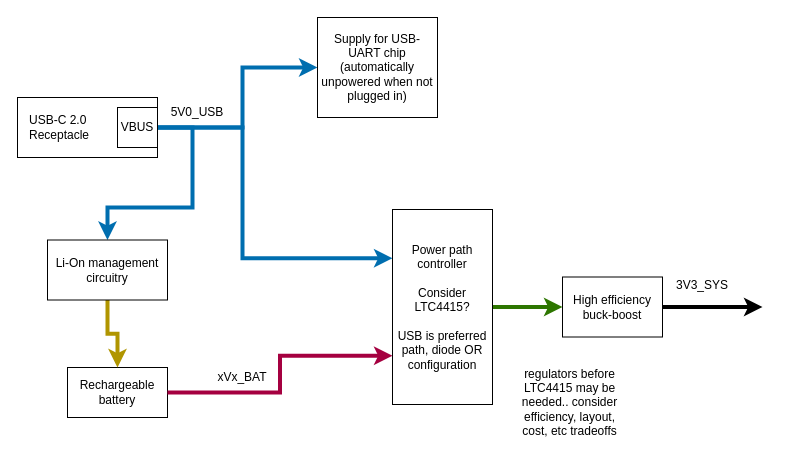
Before: page "Power path" (2 of 2) of hw_architecture/alarm_clk_blk.drawio in DawsonTheroux/alarm_clock, a draw.io diagram. Source tidied: cells renumbered, new cells numbered last; positions are measured from the earlier drawing's top-left corner, leaving out a move shared by most shapes. Both pictures are drawn from the tidied source at 100%, with x=0, y=0 at pixel (17, 17).
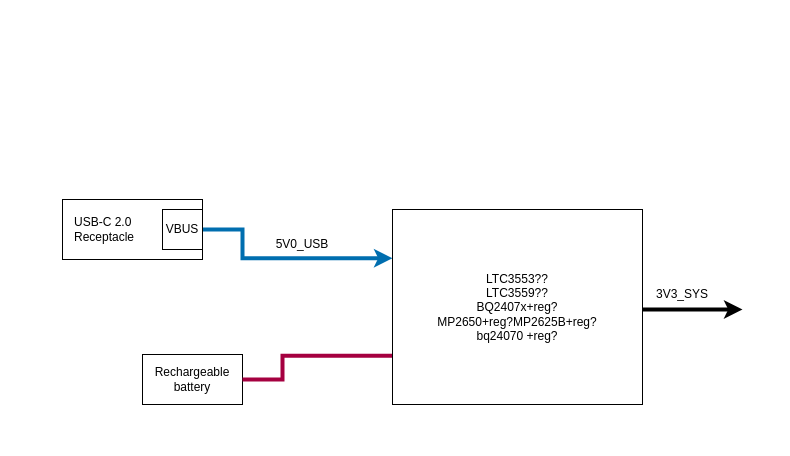
Above is the later version.

The edit, as a diff of the source:
```diff
@@
-    <mxCell id="2" value="&amp;nbsp; &amp;nbsp;USB-C 2.0 &lt;br&gt;&amp;nbsp; &amp;nbsp;Receptacle" style="rounded=0;whiteSpace=wrap;html=1;align=left;" parent="1" vertex="1">
-      <mxGeometry y="80" width="140" height="60" as="geometry" />
-    </mxCell>
-    <mxCell id="3" style="edgeStyle=orthogonalEdgeStyle;rounded=0;jettySize=auto;html=1;entryX=0;entryY=0.25;entryDx=0;entryDy=0;fillColor=#1ba1e2;strokeColor=#006EAF;strokeWidth=4;" parent="1" edge="1" source="6" target="13">
+    <mxCell id="3" style="edgeStyle=orthogonalEdgeStyle;rounded=0;jettySize=auto;html=1;entryX=0;entryY=0.25;entryDx=0;entryDy=0;fillColor=#1ba1e2;strokeColor=#006EAF;strokeWidth=4;exitX=1;exitY=0.5;exitDx=0;exitDy=0;" parent="1" edge="1" source="6" target="13">
       <mxGeometry relative="1" as="geometry">
         <Array as="points">
-          <mxPoint x="225" y="110" />
+          <mxPoint x="225" y="212" />
           <mxPoint x="225" y="241" />
         </Array>
       </mxGeometry>
     </mxCell>
-    <mxCell id="4" style="edgeStyle=orthogonalEdgeStyle;rounded=0;jettySize=auto;html=1;entryX=0;entryY=0.5;entryDx=0;entryDy=0;fillColor=#1ba1e2;strokeColor=#006EAF;strokeWidth=4;" parent="1" edge="1" source="6" target="7">
-      <mxGeometry relative="1" as="geometry">
-        <Array as="points">
-          <mxPoint x="225" y="110" />
-          <mxPoint x="225" y="50" />
-        </Array>
-      </mxGeometry>
-    </mxCell>
-    <mxCell id="5" style="edgeStyle=orthogonalEdgeStyle;rounded=0;jettySize=auto;html=1;fillColor=#1ba1e2;strokeColor=#006EAF;strokeWidth=4;entryX=0.5;entryY=0;entryDx=0;entryDy=0;" parent="1" edge="1" source="6" target="15">
-      <mxGeometry relative="1" as="geometry">
-        <Array as="points">
-          <mxPoint x="175" y="110" />
-          <mxPoint x="175" y="190" />
-          <mxPoint x="90" y="190" />
-        </Array>
-      </mxGeometry>
-    </mxCell>
-    <mxCell id="6" value="VBUS" style="whiteSpace=wrap;html=1;" parent="1" vertex="1">
-      <mxGeometry x="100" y="90" width="40" height="40" as="geometry" />
-    </mxCell>
-    <mxCell id="7" value="Supply for USB-UART chip (automatically unpowered when not plugged in)" style="rounded=0;whiteSpace=wrap;html=1;" parent="1" vertex="1">
-      <mxGeometry x="300" width="120" height="100" as="geometry" />
-    </mxCell>
     <mxCell id="8" value="Rechargeable battery" style="rounded=0;whiteSpace=wrap;html=1;align=center;" parent="1" vertex="1">
-      <mxGeometry x="50" y="350" width="100" height="50" as="geometry" />
+      <mxGeometry x="125" y="337" width="100" height="50" as="geometry" />
     </mxCell>
     <mxCell id="9" value="5V0_USB" style="text;html=1;align=center;verticalAlign=middle;whiteSpace=wrap;rounded=0;" parent="1" vertex="1">
-      <mxGeometry x="150" y="80" width="60" height="30" as="geometry" />
+      <mxGeometry x="255" y="212" width="60" height="30" as="geometry" />
     </mxCell>
-    <mxCell id="10" style="edgeStyle=orthogonalEdgeStyle;rounded=0;jettySize=auto;html=1;fillColor=#d80073;strokeColor=#A50040;strokeWidth=4;exitX=1;exitY=0.5;exitDx=0;exitDy=0;entryX=0;entryY=0.75;entryDx=0;entryDy=0;" parent="1" edge="1" source="8" target="13">
-      <mxGeometry relative="1" as="geometry" />
+    <mxCell id="10" style="edgeStyle=orthogonalEdgeStyle;rounded=0;jettySize=auto;html=1;fillColor=#d80073;strokeColor=#A50040;strokeWidth=4;exitX=1;exitY=0.5;exitDx=0;exitDy=0;entryX=0;entryY=0.75;entryDx=0;entryDy=0;endArrow=none;endFill=0;" parent="1" edge="1" source="8" target="13">
+      <mxGeometry relative="1" as="geometry">
+        <Array as="points">
+          <mxPoint x="265" y="362" />
+          <mxPoint x="265" y="338" />
+        </Array>
+      </mxGeometry>
     </mxCell>
-    <mxCell id="11" value="xVx_BAT" style="text;html=1;align=center;verticalAlign=middle;whiteSpace=wrap;rounded=0;" parent="1" vertex="1">
-      <mxGeometry x="195" y="345" width="60" height="30" as="geometry" />
-    </mxCell>
-    <mxCell id="12" style="edgeStyle=orthogonalEdgeStyle;rounded=0;jettySize=auto;html=1;strokeWidth=4;fillColor=#60a917;strokeColor=#2D7600;entryX=0;entryY=0.5;entryDx=0;entryDy=0;" parent="1" edge="1" source="13" target="18">
-      <mxGeometry relative="1" as="geometry" />
-    </mxCell>
-    <mxCell id="13" value="Power path controller&lt;br&gt;&lt;br&gt;Consider LTC4415?&lt;br&gt;&lt;br&gt;USB is preferred path, diode OR configuration" style="rounded=0;whiteSpace=wrap;html=1;" parent="1" vertex="1">
-      <mxGeometry x="375" y="192" width="100" height="195" as="geometry" />
+    <mxCell id="13" value="LTC3553??&lt;div&gt;LTC3559??&lt;/div&gt;&lt;div&gt;BQ2407x+reg?&lt;br&gt;&lt;/div&gt;&lt;div&gt;MP2650+reg?MP2625B+reg?&lt;br&gt;&lt;/div&gt;&lt;div&gt;bq24070 +reg?&lt;br&gt;&lt;/div&gt;" style="rounded=0;whiteSpace=wrap;html=1;" parent="1" vertex="1">
+      <mxGeometry x="375" y="192" width="250" height="195" as="geometry" />
     </mxCell>
-    <mxCell id="14" style="edgeStyle=orthogonalEdgeStyle;rounded=0;jettySize=auto;html=1;entryX=0.5;entryY=0;entryDx=0;entryDy=0;fillColor=#e3c800;strokeColor=#B09500;strokeWidth=4;" parent="1" edge="1" source="15" target="8">
-      <mxGeometry relative="1" as="geometry" />
-    </mxCell>
-    <mxCell id="15" value="Li-On management circuitry" style="rounded=0;whiteSpace=wrap;html=1;" parent="1" vertex="1">
-      <mxGeometry x="30" y="222.5" width="120" height="60" as="geometry" />
-    </mxCell>
     <mxCell id="16" value="3V3_SYS" style="text;html=1;align=center;verticalAlign=middle;whiteSpace=wrap;rounded=0;" parent="1" vertex="1">
-      <mxGeometry x="655" y="252.5" width="60" height="30" as="geometry" />
+      <mxGeometry x="635" y="262" width="60" height="30" as="geometry" />
     </mxCell>
-    <mxCell id="17" style="edgeStyle=orthogonalEdgeStyle;rounded=0;jettySize=auto;html=1;strokeWidth=4;" parent="1" edge="1" source="18">
+    <mxCell id="17" style="edgeStyle=orthogonalEdgeStyle;rounded=0;orthogonalLoop=1;jettySize=auto;html=1;strokeWidth=4;" parent="1" edge="1">
       <mxGeometry relative="1" as="geometry">
-        <mxPoint x="745" y="289.5" as="targetPoint" />
+        <mxPoint x="625" y="292" as="sourcePoint" />
+        <mxPoint x="725" y="292" as="targetPoint" />
       </mxGeometry>
     </mxCell>
-    <mxCell id="18" value="High efficiency buck-boost" style="rounded=0;whiteSpace=wrap;html=1;" parent="1" vertex="1">
-      <mxGeometry x="545" y="259.5" width="100" height="60" as="geometry" />
-    </mxCell>
-    <mxCell id="19" value="regulators before LTC4415 may be needed.. consider efficiency, layout, cost, etc tradeoffs" style="text;html=1;align=center;verticalAlign=middle;whiteSpace=wrap;rounded=0;" parent="1" vertex="1">
-      <mxGeometry x="495" y="350" width="115" height="70" as="geometry" />
-    </mxCell>
+    <mxCell id="20" style="group;" parent="1" vertex="1">
+      <mxGeometry x="45" y="182" width="140" height="60" as="geometry" />
+    </mxCell>
+    <mxCell id="2" value="&amp;nbsp; &amp;nbsp;USB-C 2.0 &lt;br&gt;&amp;nbsp; &amp;nbsp;Receptacle" style="rounded=0;whiteSpace=wrap;html=1;align=left;" parent="20" vertex="1">
+      <mxGeometry width="140" height="60" as="geometry" />
+    </mxCell>
+    <mxCell id="6" value="VBUS" style="whiteSpace=wrap;html=1;" parent="20" vertex="1">
+      <mxGeometry x="100" y="10" width="40" height="40" as="geometry" />
+    </mxCell>
```
